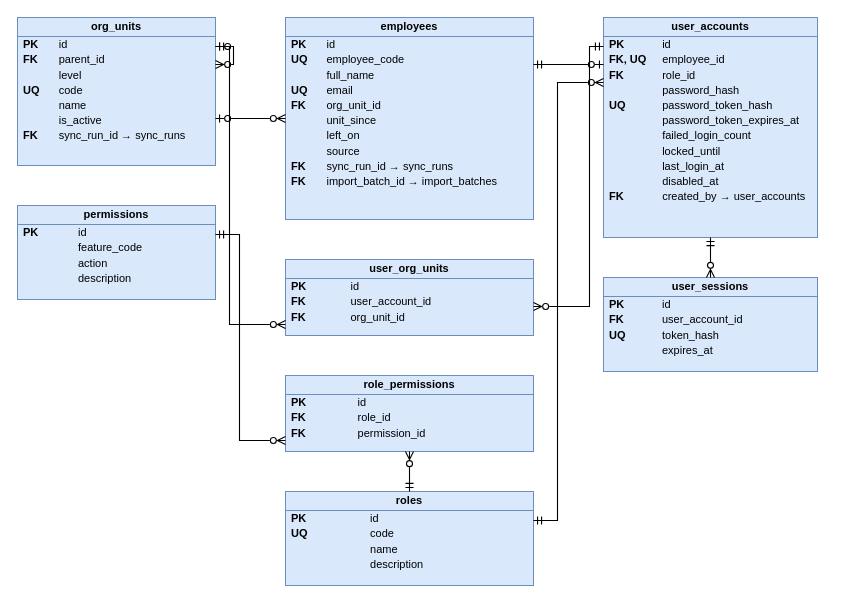
Earlier version of the draw.io diagram docs/database/diagrams/erd_organization.drawio (cuonglpv/VFast). Source tidied: cells renumbered, new cells numbered last; positions are measured from the earlier drawing's top-left corner, leaving out a move shared by most shapes. Both pictures are drawn from the tidied source at 100%, with x=0, y=0 at pixel (17, 17).
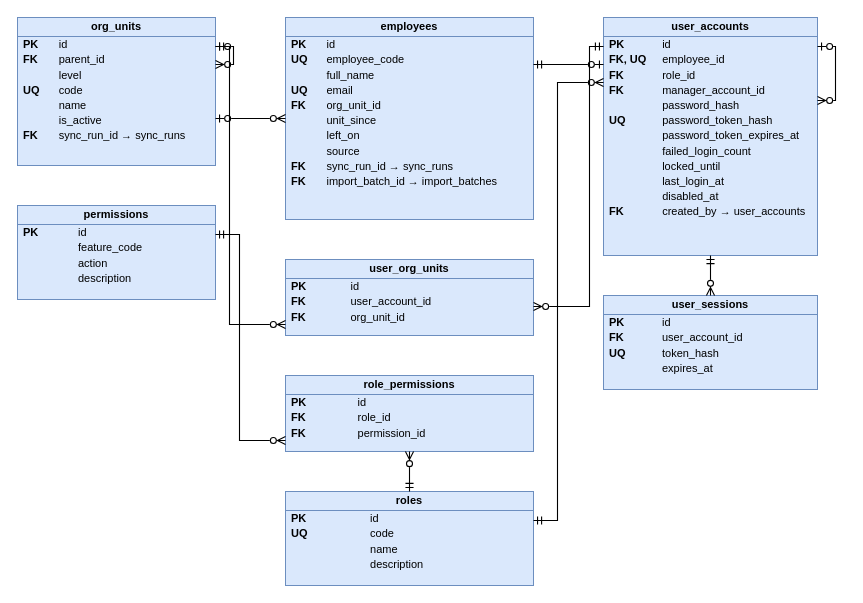
The same diagram, later.

What changed in the source:
```diff
@@
-    <mxCell id="8" value="&lt;div style=&quot;font-weight:bold;text-align:center;padding:3px 0;border-bottom:1px solid #6C8EBF;&quot;&gt;user_accounts&lt;/div&gt;&lt;table style=&quot;width:100%;font-size:11px;border-collapse:collapse;&quot;&gt;&lt;tr&gt;&lt;td style=&quot;padding:1px 8px 1px 6px;&quot;&gt;&lt;b&gt;PK&lt;/b&gt;&lt;/td&gt;&lt;td style=&quot;padding:1px 6px;&quot;&gt;id&lt;/td&gt;&lt;/tr&gt;&lt;tr&gt;&lt;td style=&quot;padding:1px 8px 1px 6px;&quot;&gt;&lt;b&gt;FK, UQ&lt;/b&gt;&lt;/td&gt;&lt;td style=&quot;padding:1px 6px;&quot;&gt;employee_id&lt;/td&gt;&lt;/tr&gt;&lt;tr&gt;&lt;td style=&quot;padding:1px 8px 1px 6px;&quot;&gt;&lt;b&gt;FK&lt;/b&gt;&lt;/td&gt;&lt;td style=&quot;padding:1px 6px;&quot;&gt;role_id&lt;/td&gt;&lt;/tr&gt;&lt;tr&gt;&lt;td style=&quot;padding:1px 8px 1px 6px;&quot;&gt;&lt;b&gt;&lt;/b&gt;&lt;/td&gt;&lt;td style=&quot;padding:1px 6px;&quot;&gt;password_hash&lt;/td&gt;&lt;/tr&gt;&lt;tr&gt;&lt;td style=&quot;padding:1px 8px 1px 6px;&quot;&gt;&lt;b&gt;UQ&lt;/b&gt;&lt;/td&gt;&lt;td style=&quot;padding:1px 6px;&quot;&gt;password_token_hash&lt;/td&gt;&lt;/tr&gt;&lt;tr&gt;&lt;td style=&quot;padding:1px 8px 1px 6px;&quot;&gt;&lt;b&gt;&lt;/b&gt;&lt;/td&gt;&lt;td style=&quot;padding:1px 6px;&quot;&gt;password_token_expires_at&lt;/td&gt;&lt;/tr&gt;&lt;tr&gt;&lt;td style=&quot;padding:1px 8px 1px 6px;&quot;&gt;&lt;b&gt;&lt;/b&gt;&lt;/td&gt;&lt;td style=&quot;padding:1px 6px;&quot;&gt;failed_login_count&lt;/td&gt;&lt;/tr&gt;&lt;tr&gt;&lt;td style=&quot;padding:1px 8px 1px 6px;&quot;&gt;&lt;b&gt;&lt;/b&gt;&lt;/td&gt;&lt;td style=&quot;padding:1px 6px;&quot;&gt;locked_until&lt;/td&gt;&lt;/tr&gt;&lt;tr&gt;&lt;td style=&quot;padding:1px 8px 1px 6px;&quot;&gt;&lt;b&gt;&lt;/b&gt;&lt;/td&gt;&lt;td style=&quot;padding:1px 6px;&quot;&gt;last_login_at&lt;/td&gt;&lt;/tr&gt;&lt;tr&gt;&lt;td style=&quot;padding:1px 8px 1px 6px;&quot;&gt;&lt;b&gt;&lt;/b&gt;&lt;/td&gt;&lt;td style=&quot;padding:1px 6px;&quot;&gt;disabled_at&lt;/td&gt;&lt;/tr&gt;&lt;tr&gt;&lt;td style=&quot;padding:1px 8px 1px 6px;&quot;&gt;&lt;b&gt;FK&lt;/b&gt;&lt;/td&gt;&lt;td style=&quot;padding:1px 6px;&quot;&gt;created_by → user_accounts&lt;/td&gt;&lt;/tr&gt;&lt;/table&gt;" style="rounded=0;whiteSpace=wrap;html=1;verticalAlign=top;align=left;spacing=0;overflow=fill;fillColor=#DAE8FC;strokeColor=#6C8EBF;fontSize=11;" parent="1" vertex="1">
-      <mxGeometry x="586" width="214" height="220" as="geometry" />
+    <mxCell id="8" value="&lt;div style=&quot;font-weight:bold;text-align:center;padding:3px 0;border-bottom:1px solid #6C8EBF;&quot;&gt;user_accounts&lt;/div&gt;&lt;table style=&quot;width:100%;font-size:11px;border-collapse:collapse;&quot;&gt;&lt;tr&gt;&lt;td style=&quot;padding:1px 8px 1px 6px;&quot;&gt;&lt;b&gt;PK&lt;/b&gt;&lt;/td&gt;&lt;td style=&quot;padding:1px 6px;&quot;&gt;id&lt;/td&gt;&lt;/tr&gt;&lt;tr&gt;&lt;td style=&quot;padding:1px 8px 1px 6px;&quot;&gt;&lt;b&gt;FK, UQ&lt;/b&gt;&lt;/td&gt;&lt;td style=&quot;padding:1px 6px;&quot;&gt;employee_id&lt;/td&gt;&lt;/tr&gt;&lt;tr&gt;&lt;td style=&quot;padding:1px 8px 1px 6px;&quot;&gt;&lt;b&gt;FK&lt;/b&gt;&lt;/td&gt;&lt;td style=&quot;padding:1px 6px;&quot;&gt;role_id&lt;/td&gt;&lt;/tr&gt;&lt;tr&gt;&lt;td style=&quot;padding:1px 8px 1px 6px;&quot;&gt;&lt;b&gt;FK&lt;/b&gt;&lt;/td&gt;&lt;td style=&quot;padding:1px 6px;&quot;&gt;manager_account_id&lt;/td&gt;&lt;/tr&gt;&lt;tr&gt;&lt;td style=&quot;padding:1px 8px 1px 6px;&quot;&gt;&lt;b&gt;&lt;/b&gt;&lt;/td&gt;&lt;td style=&quot;padding:1px 6px;&quot;&gt;password_hash&lt;/td&gt;&lt;/tr&gt;&lt;tr&gt;&lt;td style=&quot;padding:1px 8px 1px 6px;&quot;&gt;&lt;b&gt;UQ&lt;/b&gt;&lt;/td&gt;&lt;td style=&quot;padding:1px 6px;&quot;&gt;password_token_hash&lt;/td&gt;&lt;/tr&gt;&lt;tr&gt;&lt;td style=&quot;padding:1px 8px 1px 6px;&quot;&gt;&lt;b&gt;&lt;/b&gt;&lt;/td&gt;&lt;td style=&quot;padding:1px 6px;&quot;&gt;password_token_expires_at&lt;/td&gt;&lt;/tr&gt;&lt;tr&gt;&lt;td style=&quot;padding:1px 8px 1px 6px;&quot;&gt;&lt;b&gt;&lt;/b&gt;&lt;/td&gt;&lt;td style=&quot;padding:1px 6px;&quot;&gt;failed_login_count&lt;/td&gt;&lt;/tr&gt;&lt;tr&gt;&lt;td style=&quot;padding:1px 8px 1px 6px;&quot;&gt;&lt;b&gt;&lt;/b&gt;&lt;/td&gt;&lt;td style=&quot;padding:1px 6px;&quot;&gt;locked_until&lt;/td&gt;&lt;/tr&gt;&lt;tr&gt;&lt;td style=&quot;padding:1px 8px 1px 6px;&quot;&gt;&lt;b&gt;&lt;/b&gt;&lt;/td&gt;&lt;td style=&quot;padding:1px 6px;&quot;&gt;last_login_at&lt;/td&gt;&lt;/tr&gt;&lt;tr&gt;&lt;td style=&quot;padding:1px 8px 1px 6px;&quot;&gt;&lt;b&gt;&lt;/b&gt;&lt;/td&gt;&lt;td style=&quot;padding:1px 6px;&quot;&gt;disabled_at&lt;/td&gt;&lt;/tr&gt;&lt;tr&gt;&lt;td style=&quot;padding:1px 8px 1px 6px;&quot;&gt;&lt;b&gt;FK&lt;/b&gt;&lt;/td&gt;&lt;td style=&quot;padding:1px 6px;&quot;&gt;created_by → user_accounts&lt;/td&gt;&lt;/tr&gt;&lt;/table&gt;" style="rounded=0;whiteSpace=wrap;html=1;verticalAlign=top;align=left;spacing=0;overflow=fill;fillColor=#DAE8FC;strokeColor=#6C8EBF;fontSize=11;" parent="1" vertex="1">
+      <mxGeometry x="586" width="214" height="238" as="geometry" />
     </mxCell>
     <mxCell id="9" value="&lt;div style=&quot;font-weight:bold;text-align:center;padding:3px 0;border-bottom:1px solid #6C8EBF;&quot;&gt;user_sessions&lt;/div&gt;&lt;table style=&quot;width:100%;font-size:11px;border-collapse:collapse;&quot;&gt;&lt;tr&gt;&lt;td style=&quot;padding:1px 8px 1px 6px;&quot;&gt;&lt;b&gt;PK&lt;/b&gt;&lt;/td&gt;&lt;td style=&quot;padding:1px 6px;&quot;&gt;id&lt;/td&gt;&lt;/tr&gt;&lt;tr&gt;&lt;td style=&quot;padding:1px 8px 1px 6px;&quot;&gt;&lt;b&gt;FK&lt;/b&gt;&lt;/td&gt;&lt;td style=&quot;padding:1px 6px;&quot;&gt;user_account_id&lt;/td&gt;&lt;/tr&gt;&lt;tr&gt;&lt;td style=&quot;padding:1px 8px 1px 6px;&quot;&gt;&lt;b&gt;UQ&lt;/b&gt;&lt;/td&gt;&lt;td style=&quot;padding:1px 6px;&quot;&gt;token_hash&lt;/td&gt;&lt;/tr&gt;&lt;tr&gt;&lt;td style=&quot;padding:1px 8px 1px 6px;&quot;&gt;&lt;b&gt;&lt;/b&gt;&lt;/td&gt;&lt;td style=&quot;padding:1px 6px;&quot;&gt;expires_at&lt;/td&gt;&lt;/tr&gt;&lt;/table&gt;" style="rounded=0;whiteSpace=wrap;html=1;verticalAlign=top;align=left;spacing=0;overflow=fill;fillColor=#DAE8FC;strokeColor=#6C8EBF;fontSize=11;" parent="1" vertex="1">
-      <mxGeometry x="586" y="260" width="214" height="94" as="geometry" />
+      <mxGeometry x="586" y="278" width="214" height="94" as="geometry" />
     </mxCell>
@@
-    <mxCell id="11" style="html=1;rounded=0;endArrow=ERzeroToMany;endFill=0;startArrow=ERmandOne;startFill=0;strokeColor=#000000;strokeWidth=1.1;" parent="1" edge="1">
+    <mxCell id="11" style="html=1;rounded=0;endArrow=ERzeroToMany;endFill=0;startArrow=ERzeroToOne;startFill=0;strokeColor=#000000;strokeWidth=1.1;" parent="1" edge="1">
       <mxGeometry relative="1" as="geometry">
         <mxPoint x="198" y="29" as="sourcePoint" />
-        <mxPoint x="268" y="307" as="targetPoint" />
+        <mxPoint x="198" y="47" as="targetPoint" />
         <Array as="points">
-          <mxPoint x="212" y="29" />
-          <mxPoint x="212" y="307" />
+          <mxPoint x="216" y="29" />
+          <mxPoint x="216" y="47" />
         </Array>
       </mxGeometry>
     </mxCell>
-    <mxCell id="12" style="html=1;rounded=0;endArrow=ERzeroToMany;endFill=0;startArrow=ERzeroToOne;startFill=0;strokeColor=#000000;strokeWidth=1.1;" parent="1" edge="1">
+    <mxCell id="12" style="html=1;rounded=0;endArrow=ERzeroToMany;endFill=0;startArrow=ERmandOne;startFill=0;strokeColor=#000000;strokeWidth=1.1;" parent="1" edge="1">
       <mxGeometry relative="1" as="geometry">
         <mxPoint x="198" y="29" as="sourcePoint" />
-        <mxPoint x="198" y="47" as="targetPoint" />
+        <mxPoint x="268" y="307" as="targetPoint" />
         <Array as="points">
-          <mxPoint x="216" y="29" />
-          <mxPoint x="216" y="47" />
+          <mxPoint x="212" y="29" />
+          <mxPoint x="212" y="307" />
         </Array>
       </mxGeometry>
     </mxCell>
@@
     <mxCell id="15" style="html=1;rounded=0;endArrow=ERzeroToMany;endFill=0;startArrow=ERmandOne;startFill=0;strokeColor=#000000;strokeWidth=1.1;" parent="1" edge="1">
       <mxGeometry relative="1" as="geometry">
-        <mxPoint x="516" y="503" as="sourcePoint" />
-        <mxPoint x="586" y="65" as="targetPoint" />
-        <Array as="points">
-          <mxPoint x="540" y="503" />
-          <mxPoint x="540" y="65" />
-        </Array>
+        <mxPoint x="392" y="474" as="sourcePoint" />
+        <mxPoint x="392" y="434" as="targetPoint" />
       </mxGeometry>
     </mxCell>
     <mxCell id="16" style="html=1;rounded=0;endArrow=ERzeroToMany;endFill=0;startArrow=ERmandOne;startFill=0;strokeColor=#000000;strokeWidth=1.1;" parent="1" edge="1">
       <mxGeometry relative="1" as="geometry">
-        <mxPoint x="392" y="474" as="sourcePoint" />
-        <mxPoint x="392" y="434" as="targetPoint" />
+        <mxPoint x="516" y="503" as="sourcePoint" />
+        <mxPoint x="586" y="65" as="targetPoint" />
+        <Array as="points">
+          <mxPoint x="540" y="503" />
+          <mxPoint x="540" y="65" />
+        </Array>
       </mxGeometry>
     </mxCell>
     <mxCell id="17" style="html=1;rounded=0;endArrow=ERzeroToMany;endFill=0;startArrow=ERmandOne;startFill=0;strokeColor=#000000;strokeWidth=1.1;" parent="1" edge="1">
       <mxGeometry relative="1" as="geometry">
-        <mxPoint x="693" y="220" as="sourcePoint" />
-        <mxPoint x="693" y="260" as="targetPoint" />
+        <mxPoint x="693" y="238" as="sourcePoint" />
+        <mxPoint x="693" y="278" as="targetPoint" />
       </mxGeometry>
     </mxCell>
@@
+    <mxCell id="19" style="html=1;rounded=0;endArrow=ERzeroToMany;endFill=0;startArrow=ERzeroToOne;startFill=0;strokeColor=#000000;strokeWidth=1.1;" parent="1" edge="1">
+      <mxGeometry relative="1" as="geometry">
+        <mxPoint x="800" y="29" as="sourcePoint" />
+        <mxPoint x="800" y="83" as="targetPoint" />
+        <Array as="points">
+          <mxPoint x="818" y="29" />
+          <mxPoint x="818" y="83" />
+        </Array>
+      </mxGeometry>
+    </mxCell>
```
